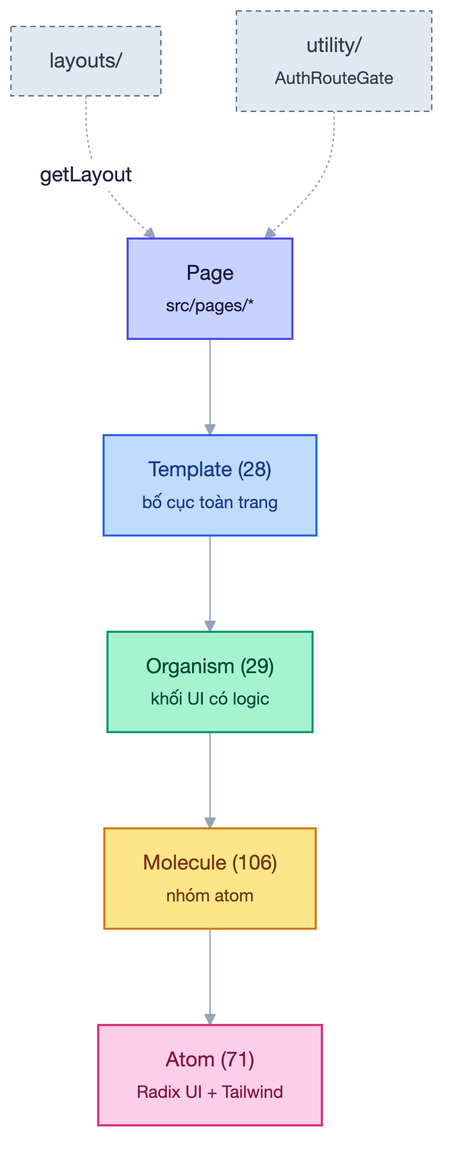
Earlier version of the Mermaid export diagrams/fe/png/03-atomic-design.png (huynhtranty/smartrent-report). Its source is kept beside it as diagrams/fe/src/03-atomic-design.mmd.
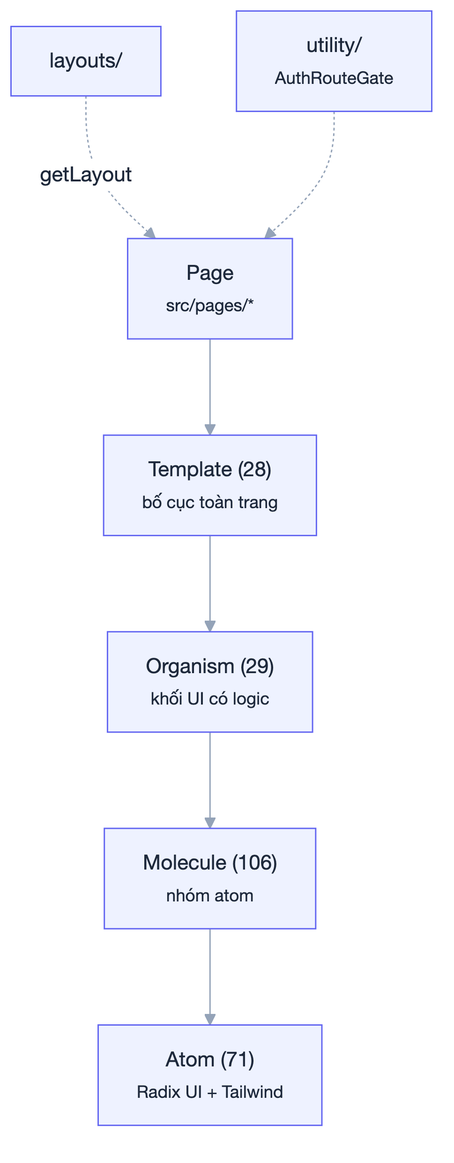
Later version of the same file.

Diff of the diagram source:
```diff
@@ -6,16 +6,3 @@
  Atom["Atom (71)<br/><small>Radix UI + Tailwind</small>"]
  Layout["layouts/"] -. getLayout .-> Page
  Utility["utility/<br/><small>AuthRouteGate</small>"] -.-> Page
-
- classDef l1 fill:#c7d2fe,stroke:#4f46e5,color:#1e1b4b,stroke-width:1.5px
- classDef l2 fill:#bfdbfe,stroke:#2563eb,color:#1e3a8a,stroke-width:1.5px
- classDef l3 fill:#a7f3d0,stroke:#059669,color:#064e3b,stroke-width:1.5px
- classDef l4 fill:#fde68a,stroke:#d97706,color:#78350f,stroke-width:1.5px
- classDef l5 fill:#fbcfe8,stroke:#db2777,color:#831843,stroke-width:1.5px
- classDef side fill:#e2e8f0,stroke:#64748b,color:#334155,stroke-dasharray:4 3
- class Page l1
- class Template l2
- class Organism l3
- class Molecule l4
- class Atom l5
- class Layout,Utility side
```
